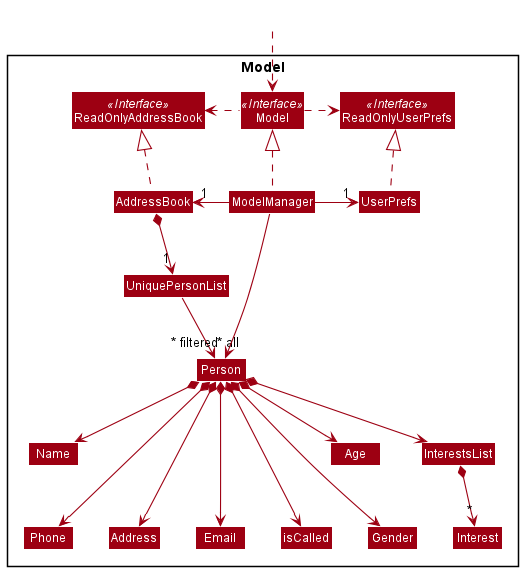
pranav-ganesh/tp keeps this PlantUML diagram as docs/images/ModelClassDiagram.png. Above is the earlier version.
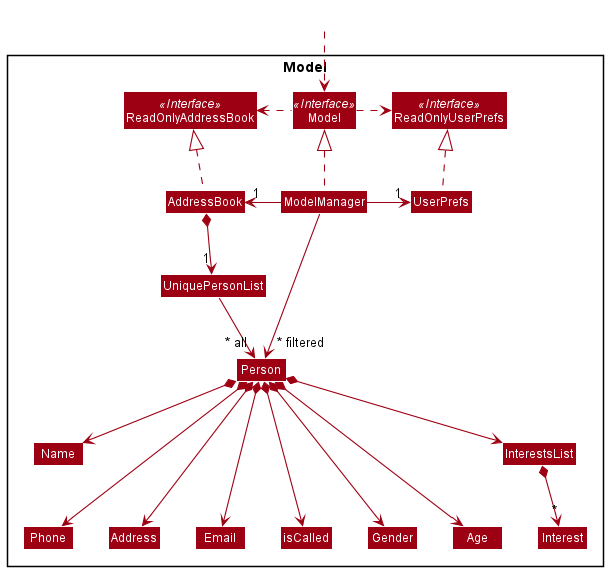
The same file after the commit.

Commit message:
Fix diagram layout

The edit, as a diff of the source:
```diff
@@ -49,7 +49,7 @@
 Person *---> isCalled
 Person *--> Address
 Person *---> Gender
-Person *--> Age
+Person *---> Age
 Person *--> InterestsList
 InterestsList *--> "*" Interest
 
```
